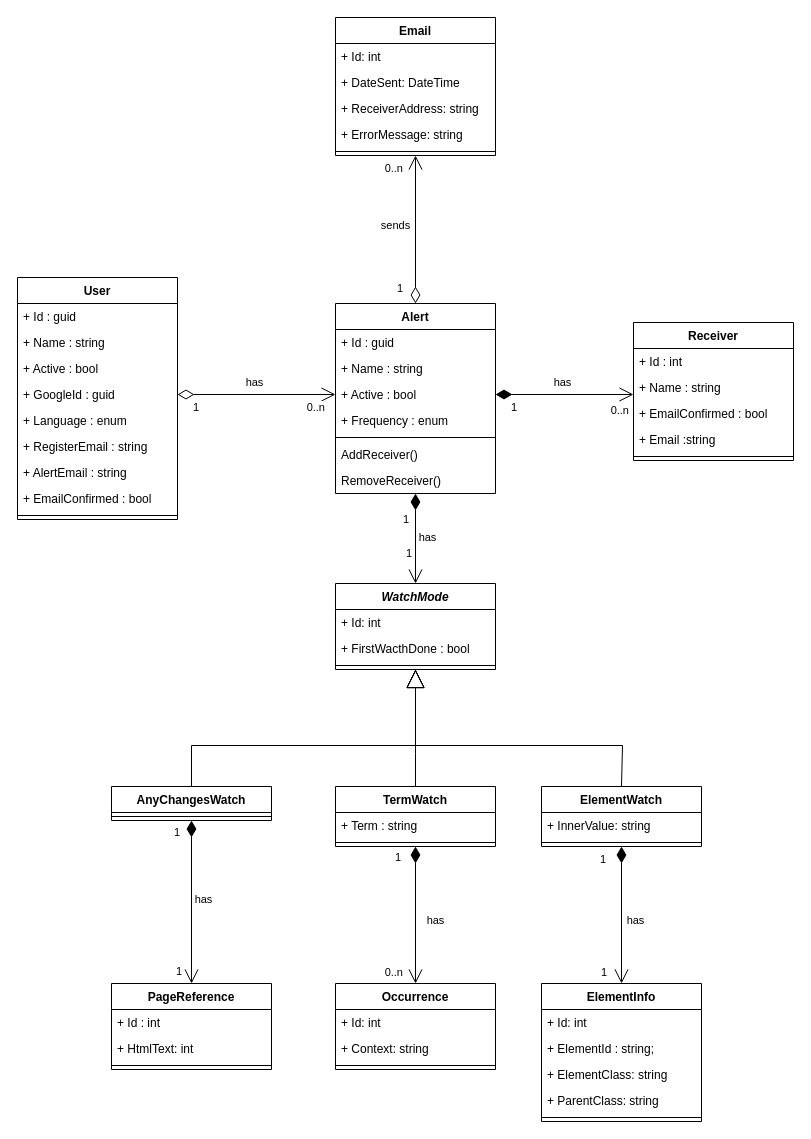
This is docs/SiteWatcher-ClassDiagram.drawio from xilapa/SiteWatcher, a draw.io file, before an edit. Source tidied: cells renumbered, new cells numbered last; positions are measured from the earlier drawing's top-left corner, leaving out a move shared by most shapes. Both pictures are drawn from the tidied source at 100%, with x=0, y=0 at pixel (17, 17).
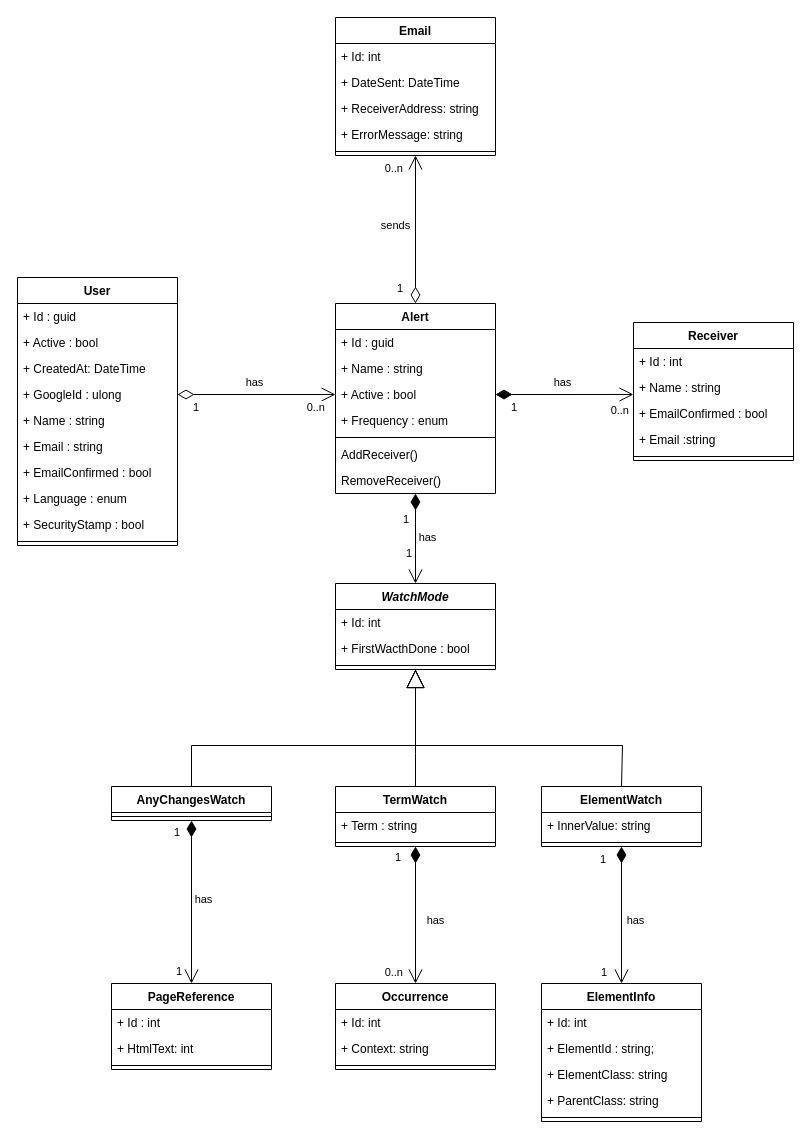
The same page after the edit.

Commit message:
class diagram updated with current user model

The edit, as a diff of the source:
```diff
@@
     <mxCell id="2" value="User" style="swimlane;fontStyle=1;align=center;verticalAlign=top;horizontal=1;startSize=26;rounded=0;shadow=0;strokeWidth=1;" parent="1" vertex="1">
-      <mxGeometry y="260" width="160" height="242" as="geometry" />
+      <mxGeometry y="260" width="160" height="268" as="geometry" />
     </mxCell>
@@
+    <mxCell id="5" value="+ Active : bool" style="text;align=left;verticalAlign=top;spacingLeft=4;spacingRight=4;overflow=hidden;" parent="2" vertex="1">
+      <mxGeometry y="52" width="160" height="26" as="geometry" />
+    </mxCell>
+    <mxCell id="83" value="+ CreatedAt: DateTime" style="text;align=left;verticalAlign=top;spacingLeft=4;spacingRight=4;overflow=hidden;" parent="2" vertex="1">
+      <mxGeometry y="78" width="160" height="26" as="geometry" />
+    </mxCell>
+    <mxCell id="6" value="+ GoogleId : ulong" style="text;align=left;verticalAlign=top;spacingLeft=4;spacingRight=4;overflow=hidden;points=[[0,0.5],[1,0.5]];portConstraint=eastwest;" parent="2" vertex="1">
+      <mxGeometry y="104" width="160" height="26" as="geometry" />
+    </mxCell>
     <mxCell id="4" value="+ Name : string" style="text;align=left;verticalAlign=top;spacingLeft=4;spacingRight=4;overflow=hidden;rounded=0;shadow=0;html=0;" parent="2" vertex="1">
-      <mxGeometry y="52" width="160" height="26" as="geometry" />
+      <mxGeometry y="130" width="160" height="26" as="geometry" />
     </mxCell>
-    <mxCell id="5" value="+ Active : bool" style="text;align=left;verticalAlign=top;spacingLeft=4;spacingRight=4;overflow=hidden;" parent="2" vertex="1">
-      <mxGeometry y="78" width="160" height="26" as="geometry" />
-    </mxCell>
-    <mxCell id="6" value="+ GoogleId : guid" style="text;align=left;verticalAlign=top;spacingLeft=4;spacingRight=4;overflow=hidden;points=[[0,0.5],[1,0.5]];portConstraint=eastwest;" parent="2" vertex="1">
-      <mxGeometry y="104" width="160" height="26" as="geometry" />
-    </mxCell>
-    <mxCell id="7" value="+ Language : enum" style="text;align=left;verticalAlign=top;spacingLeft=4;spacingRight=4;overflow=hidden;" parent="2" vertex="1">
-      <mxGeometry y="130" width="160" height="26" as="geometry" />
-    </mxCell>
-    <mxCell id="8" value="+ RegisterEmail : string" style="text;align=left;verticalAlign=top;spacingLeft=4;spacingRight=4;overflow=hidden;rounded=0;shadow=0;html=0;" parent="2" vertex="1">
-      <mxGeometry y="156" width="160" height="26" as="geometry" />
-    </mxCell>
-    <mxCell id="9" value="+ AlertEmail : string" style="text;align=left;verticalAlign=top;spacingLeft=4;spacingRight=4;overflow=hidden;" parent="2" vertex="1">
-      <mxGeometry y="182" width="160" height="26" as="geometry" />
+    <mxCell id="9" value="+ Email : string" style="text;align=left;verticalAlign=top;spacingLeft=4;spacingRight=4;overflow=hidden;" parent="2" vertex="1">
+      <mxGeometry y="156" width="160" height="26" as="geometry" />
     </mxCell>
     <mxCell id="10" value="+ EmailConfirmed : bool" style="text;align=left;verticalAlign=top;spacingLeft=4;spacingRight=4;overflow=hidden;" parent="2" vertex="1">
-      <mxGeometry y="208" width="160" height="26" as="geometry" />
+      <mxGeometry y="182" width="160" height="26" as="geometry" />
     </mxCell>
+    <mxCell id="7" value="+ Language : enum" style="text;align=left;verticalAlign=top;spacingLeft=4;spacingRight=4;overflow=hidden;" parent="2" vertex="1">
+      <mxGeometry y="208" width="160" height="26" as="geometry" />
+    </mxCell>
+    <mxCell id="84" value="+ SecurityStamp : bool" style="text;align=left;verticalAlign=top;spacingLeft=4;spacingRight=4;overflow=hidden;" parent="2" vertex="1">
+      <mxGeometry y="234" width="160" height="26" as="geometry" />
+    </mxCell>
     <mxCell id="11" style="line;html=1;strokeWidth=1;align=left;verticalAlign=middle;spacingTop=-1;spacingLeft=3;spacingRight=3;labelPosition=right;" parent="2" vertex="1">
-      <mxGeometry y="234" width="160" height="8" as="geometry" />
+      <mxGeometry y="260" width="160" height="8" as="geometry" />
     </mxCell>
```
